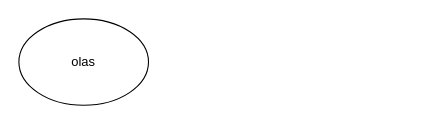
N1colaxx/Faculdade keeps this draw.io diagram as 3_4_semestre/profCélio/1_semestre/DB_bancoDados/Diagrama sem nome.drawio. Above is the earlier version. Source tidied: cells renumbered, new cells numbered last; positions are measured from the earlier drawing's top-left corner, leaving out a move shared by most shapes. Both pictures are drawn from the tidied source at 108%, with x=0, y=0 at pixel (18, 18).
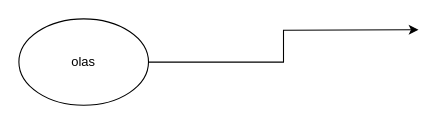
The same diagram, later.

What changed in the source:
```diff
@@
 <mxGraphModel>
   <root>
     <mxCell id="0" />
     <mxCell id="1" parent="0" />
+    <mxCell id="3" style="edgeStyle=orthogonalEdgeStyle;rounded=0;jettySize=auto;html=1;" parent="1" edge="1" source="2">
+      <mxGeometry relative="1" as="geometry">
+        <mxPoint x="370" y="10" as="targetPoint" />
+      </mxGeometry>
+    </mxCell>
     <mxCell id="2" value="olas" style="ellipse;whiteSpace=wrap;html=1;" parent="1" vertex="1">
       <mxGeometry width="120" height="80" as="geometry" />
     </mxCell>
   </root>
 </mxGraphModel>
```
